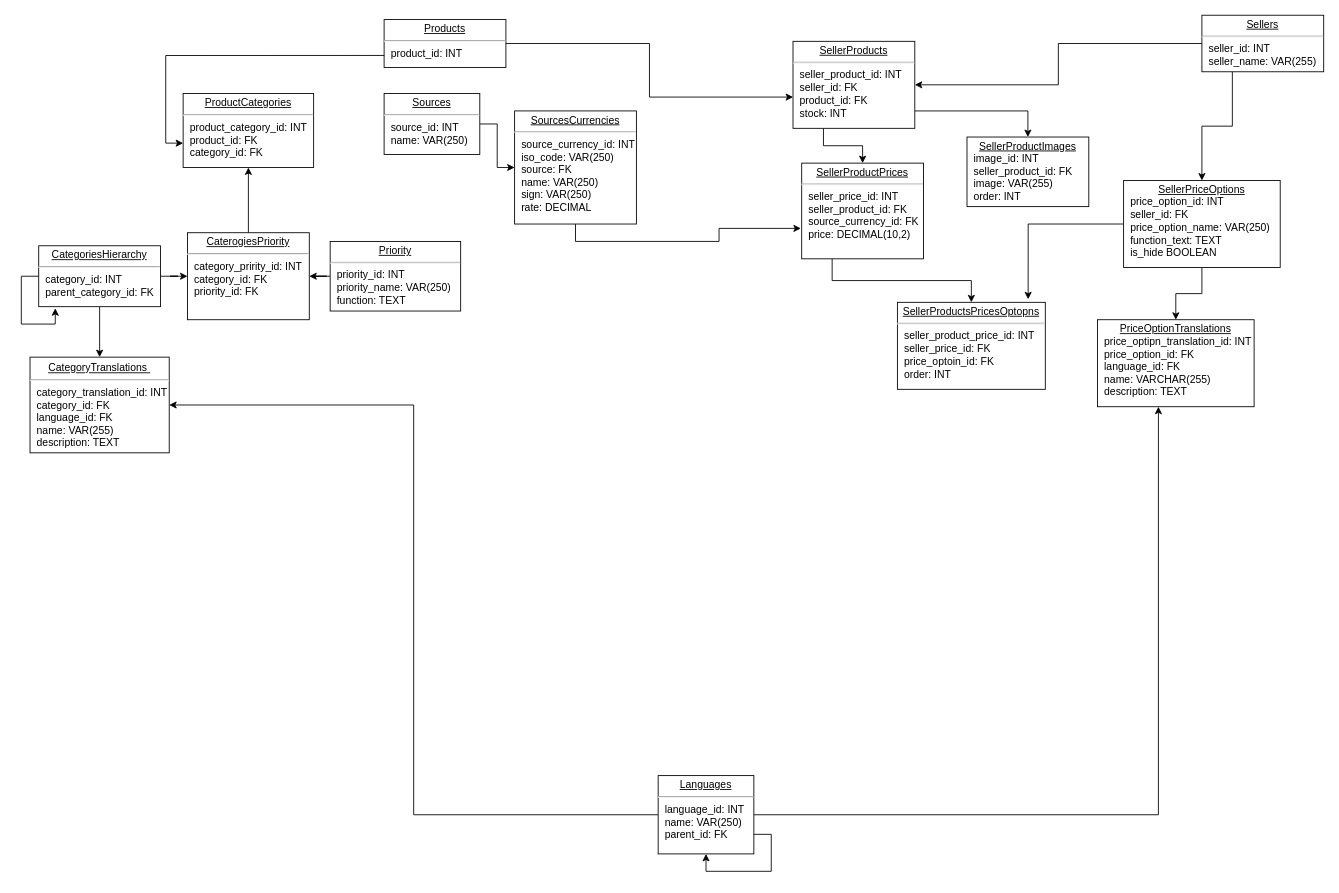
The draw.io diagram db.drawio in vinter-man/db_draw_io, before the edit. Source tidied: cells renumbered, new cells numbered last; positions are measured from the earlier drawing's top-left corner, leaving out a move shared by most shapes. Both pictures are drawn from the tidied source at 87%, with x=0, y=0 at pixel (30, 15).
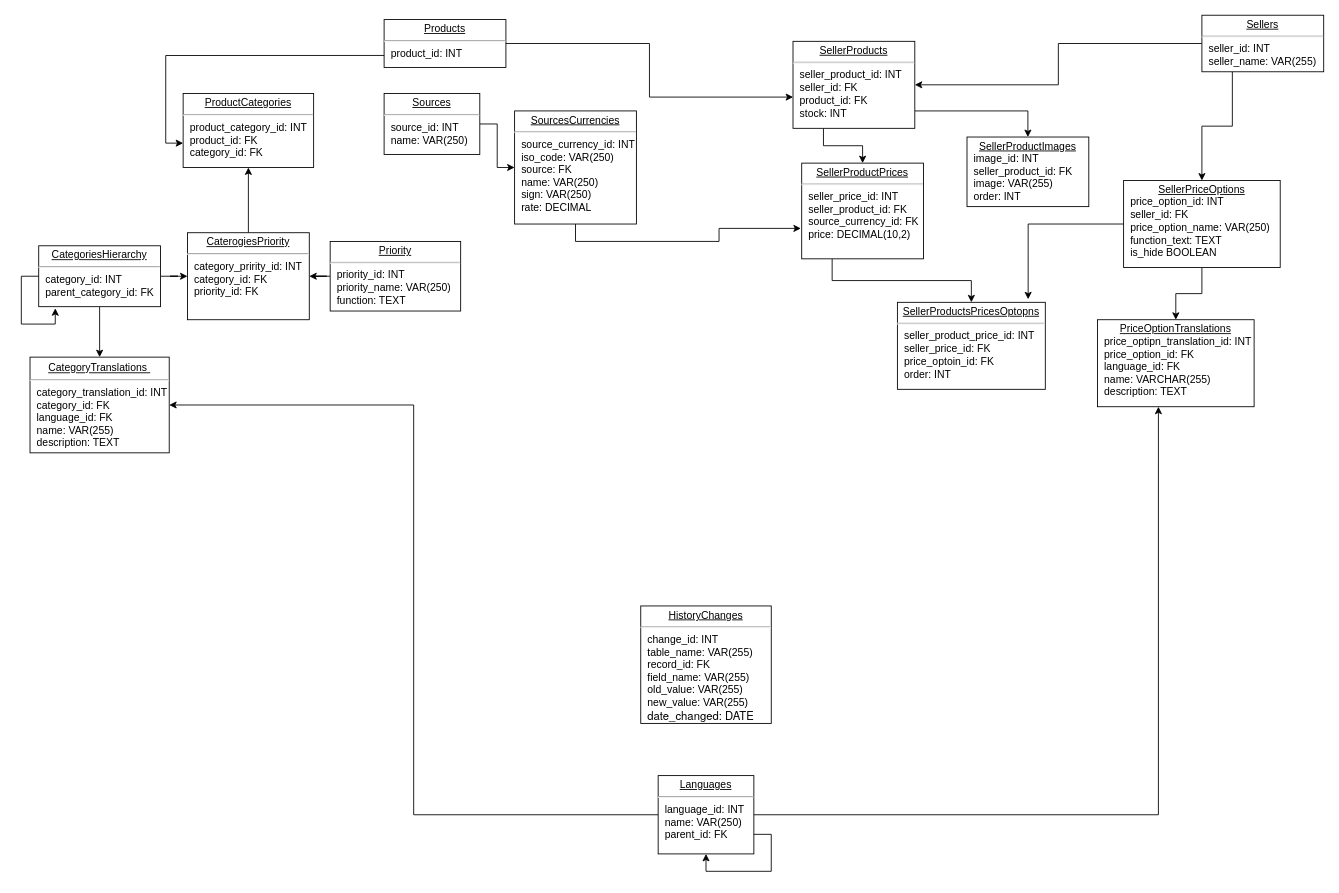
The same page after the edit.

Commit message:
add history table

The edit, as a diff of the source:
```diff
@@
+    <mxCell id="37" value="&lt;p style=&quot;margin: 0px ; margin-top: 4px ; text-align: center ; text-decoration: underline&quot;&gt;HistoryChanges&lt;/p&gt;&lt;hr&gt;&lt;p style=&quot;margin: 0px ; margin-left: 8px&quot;&gt;change_id: INT&lt;/p&gt;&lt;p style=&quot;margin: 0px ; margin-left: 8px&quot;&gt;table_name: VAR(255)&lt;/p&gt;&lt;p style=&quot;margin: 0px ; margin-left: 8px&quot;&gt;record_id: FK&lt;/p&gt;&lt;p style=&quot;margin: 0px ; margin-left: 8px&quot;&gt;field_name: VAR(255)&lt;/p&gt;&lt;p style=&quot;margin: 0px ; margin-left: 8px&quot;&gt;old_value: VAR(255)&lt;/p&gt;&lt;p style=&quot;margin: 0px ; margin-left: 8px&quot;&gt;new_value: VAR(255)&lt;/p&gt;&lt;p style=&quot;margin: 0px ; margin-left: 8px&quot;&gt;&lt;span style=&quot;font-family: &amp;quot;Helvetica Neue&amp;quot;; font-size: 13px;&quot;&gt;date_changed: DATE&lt;/span&gt;&lt;/p&gt;&lt;p style=&quot;margin: 0px ; margin-left: 8px&quot;&gt;&lt;br&gt;&lt;/p&gt;&lt;p style=&quot;margin: 0px ; margin-left: 8px&quot;&gt;&lt;br&gt;&lt;/p&gt;" style="verticalAlign=top;align=left;overflow=fill;fontSize=12;fontFamily=Helvetica;html=1;rounded=0;shadow=0;comic=0;labelBackgroundColor=none;strokeWidth=1;" parent="1" vertex="1">
+      <mxGeometry x="702" y="679" width="150" height="135" as="geometry" />
+    </mxCell>
```
